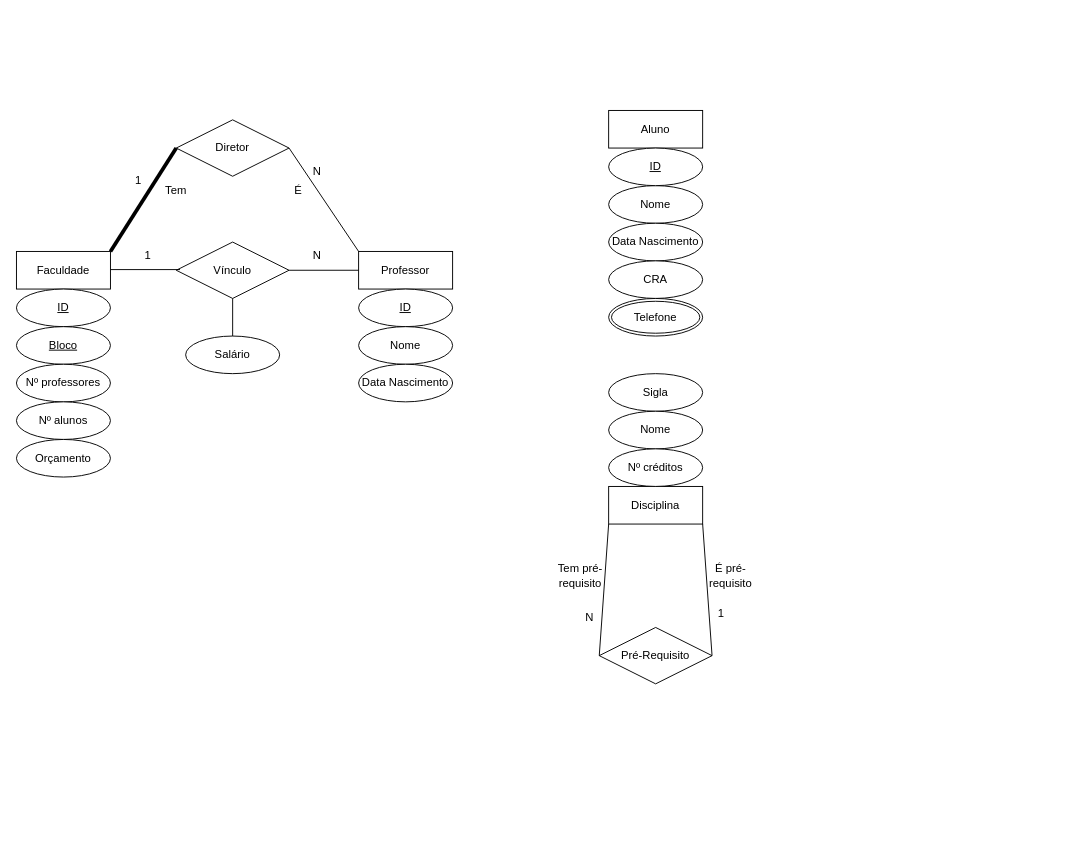
Above: Aula 2 - Ex 2.drawio in artfrc/SBD (draw.io), before the change. Source tidied: cells renumbered, new cells numbered last; positions are measured from the earlier drawing's top-left corner, leaving out a move shared by most shapes. Both pictures are drawn from the tidied source at 94%, with x=0, y=0 at pixel (16, 110).
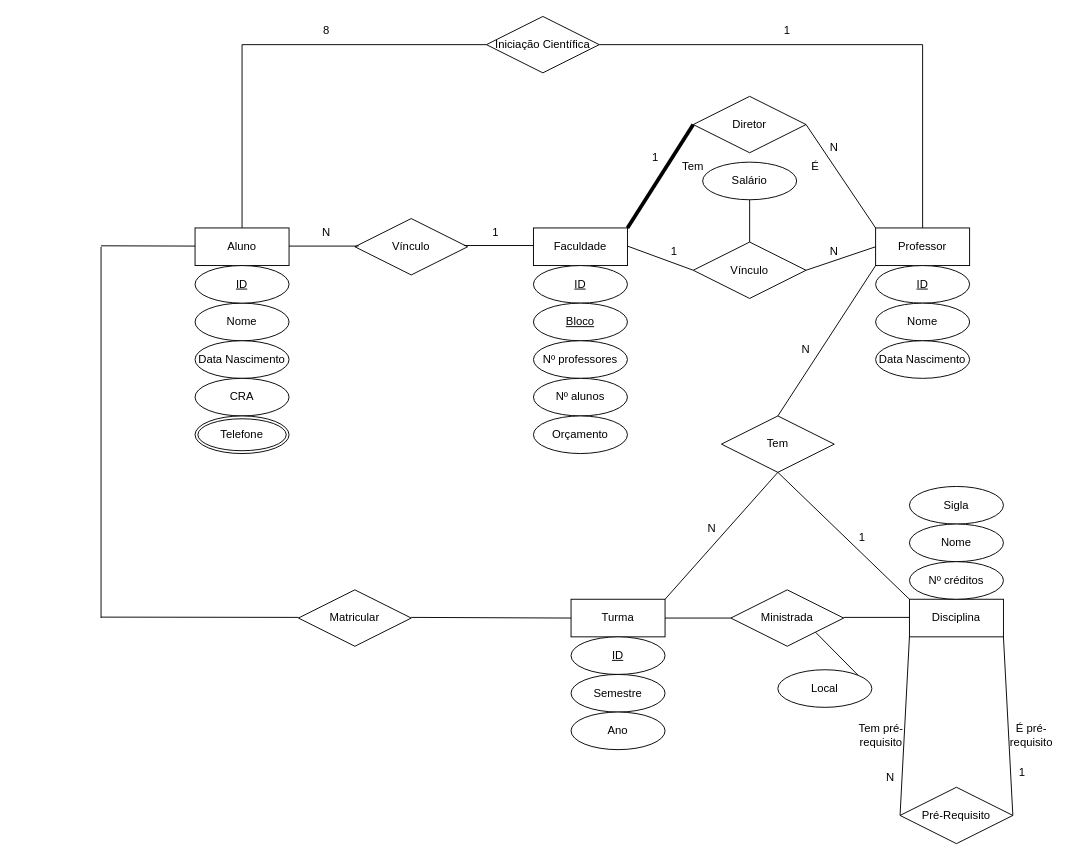
The same diagram, later.

Diff of the diagram source:
```diff
@@
     <mxCell id="2" value="Faculdade" style="whiteSpace=wrap;html=1;align=center;" parent="1" vertex="1">
-      <mxGeometry y="150" width="100" height="40" as="geometry" />
+      <mxGeometry x="550" y="125" width="100" height="40" as="geometry" />
     </mxCell>
     <mxCell id="3" value="ID" style="ellipse;whiteSpace=wrap;html=1;align=center;fontStyle=4;" parent="1" vertex="1">
-      <mxGeometry y="190" width="100" height="40" as="geometry" />
+      <mxGeometry x="550" y="165" width="100" height="40" as="geometry" />
     </mxCell>
     <mxCell id="4" value="Bloco" style="ellipse;whiteSpace=wrap;html=1;align=center;fontStyle=4;" parent="1" vertex="1">
-      <mxGeometry y="230" width="100" height="40" as="geometry" />
+      <mxGeometry x="550" y="205" width="100" height="40" as="geometry" />
     </mxCell>
     <mxCell id="5" value="Nº professores" style="ellipse;whiteSpace=wrap;html=1;align=center;" parent="1" vertex="1">
-      <mxGeometry y="270" width="100" height="40" as="geometry" />
+      <mxGeometry x="550" y="245" width="100" height="40" as="geometry" />
     </mxCell>
     <mxCell id="6" value="Nº alunos" style="ellipse;whiteSpace=wrap;html=1;align=center;" parent="1" vertex="1">
-      <mxGeometry y="310" width="100" height="40" as="geometry" />
+      <mxGeometry x="550" y="285" width="100" height="40" as="geometry" />
     </mxCell>
     <mxCell id="7" value="Orçamento" style="ellipse;whiteSpace=wrap;html=1;align=center;" parent="1" vertex="1">
-      <mxGeometry y="350" width="100" height="40" as="geometry" />
+      <mxGeometry x="550" y="325" width="100" height="40" as="geometry" />
     </mxCell>
     <mxCell id="8" value="Disciplina" style="whiteSpace=wrap;html=1;align=center;" parent="1" vertex="1">
-      <mxGeometry x="630" y="400" width="100" height="40" as="geometry" />
+      <mxGeometry x="950" y="520" width="100" height="40" as="geometry" />
     </mxCell>
     <mxCell id="9" value="Sigla" style="ellipse;whiteSpace=wrap;html=1;align=center;" parent="1" vertex="1">
-      <mxGeometry x="630" y="280" width="100" height="40" as="geometry" />
+      <mxGeometry x="950" y="400" width="100" height="40" as="geometry" />
     </mxCell>
     <mxCell id="10" value="Nome" style="ellipse;whiteSpace=wrap;html=1;align=center;" parent="1" vertex="1">
-      <mxGeometry x="630" y="320" width="100" height="40" as="geometry" />
+      <mxGeometry x="950" y="440" width="100" height="40" as="geometry" />
     </mxCell>
     <mxCell id="11" value="Nº créditos" style="ellipse;whiteSpace=wrap;html=1;align=center;" parent="1" vertex="1">
-      <mxGeometry x="630" y="360" width="100" height="40" as="geometry" />
+      <mxGeometry x="950" y="480" width="100" height="40" as="geometry" />
     </mxCell>
     <mxCell id="12" value="Pré-Requisito" style="shape=rhombus;perimeter=rhombusPerimeter;whiteSpace=wrap;html=1;align=center;" parent="1" vertex="1">
-      <mxGeometry x="620" y="550" width="120" height="60" as="geometry" />
+      <mxGeometry x="940" y="720" width="120" height="60" as="geometry" />
     </mxCell>
@@
     <mxCell id="15" value="Tem pré-requisito" style="text;html=1;strokeColor=none;fillColor=none;align=center;verticalAlign=middle;whiteSpace=wrap;rounded=0;" parent="1" vertex="1">
-      <mxGeometry x="570" y="480" width="60" height="30" as="geometry" />
+      <mxGeometry x="890" y="650" width="60" height="30" as="geometry" />
     </mxCell>
     <mxCell id="16" value="N" style="text;html=1;strokeColor=none;fillColor=none;align=center;verticalAlign=middle;whiteSpace=wrap;rounded=0;" parent="1" vertex="1">
-      <mxGeometry x="580" y="525" width="60" height="30" as="geometry" />
+      <mxGeometry x="900" y="695" width="60" height="30" as="geometry" />
     </mxCell>
     <mxCell id="17" value="É pré-requisito" style="text;html=1;strokeColor=none;fillColor=none;align=center;verticalAlign=middle;whiteSpace=wrap;rounded=0;" parent="1" vertex="1">
-      <mxGeometry x="730" y="480" width="60" height="30" as="geometry" />
+      <mxGeometry x="1050" y="650" width="60" height="30" as="geometry" />
     </mxCell>
     <mxCell id="18" value="1" style="text;html=1;strokeColor=none;fillColor=none;align=center;verticalAlign=middle;whiteSpace=wrap;rounded=0;" parent="1" vertex="1">
-      <mxGeometry x="720" y="520" width="60" height="30" as="geometry" />
+      <mxGeometry x="1040" y="690" width="60" height="30" as="geometry" />
     </mxCell>
     <mxCell id="19" value="Professor" style="whiteSpace=wrap;html=1;align=center;" parent="1" vertex="1">
-      <mxGeometry x="364" y="150" width="100" height="40" as="geometry" />
+      <mxGeometry x="914" y="125" width="100" height="40" as="geometry" />
     </mxCell>
     <mxCell id="20" value="ID" style="ellipse;whiteSpace=wrap;html=1;align=center;fontStyle=4;" parent="1" vertex="1">
-      <mxGeometry x="364" y="190" width="100" height="40" as="geometry" />
+      <mxGeometry x="914" y="165" width="100" height="40" as="geometry" />
     </mxCell>
     <mxCell id="21" value="Nome" style="ellipse;whiteSpace=wrap;html=1;align=center;" parent="1" vertex="1">
-      <mxGeometry x="364" y="230" width="100" height="40" as="geometry" />
+      <mxGeometry x="914" y="205" width="100" height="40" as="geometry" />
     </mxCell>
     <mxCell id="22" value="Data Nascimento" style="ellipse;whiteSpace=wrap;html=1;align=center;" parent="1" vertex="1">
-      <mxGeometry x="364" y="270" width="100" height="40" as="geometry" />
+      <mxGeometry x="914" y="245" width="100" height="40" as="geometry" />
     </mxCell>
     <mxCell id="23" value="Salário" style="ellipse;whiteSpace=wrap;html=1;align=center;" parent="1" vertex="1">
-      <mxGeometry x="180" y="240" width="100" height="40" as="geometry" />
+      <mxGeometry x="730" y="55" width="100" height="40" as="geometry" />
     </mxCell>
+    <mxCell id="43" style="edgeStyle=orthogonalEdgeStyle;rounded=0;jettySize=auto;html=1;exitX=0.5;exitY=0;exitDx=0;exitDy=0;entryX=0;entryY=0.5;entryDx=0;entryDy=0;endArrow=none;endFill=0;strokeWidth=1;" parent="1" edge="1" source="24" target="71">
+      <mxGeometry relative="1" as="geometry" />
+    </mxCell>
     <mxCell id="24" value="Aluno" style="whiteSpace=wrap;html=1;align=center;" parent="1" vertex="1">
-      <mxGeometry x="630" width="100" height="40" as="geometry" />
+      <mxGeometry x="190" y="125" width="100" height="40" as="geometry" />
     </mxCell>
     <mxCell id="25" value="Nome" style="ellipse;whiteSpace=wrap;html=1;align=center;" parent="1" vertex="1">
-      <mxGeometry x="630" y="80" width="100" height="40" as="geometry" />
+      <mxGeometry x="190" y="205" width="100" height="40" as="geometry" />
     </mxCell>
     <mxCell id="26" value="Data Nascimento" style="ellipse;whiteSpace=wrap;html=1;align=center;" parent="1" vertex="1">
-      <mxGeometry x="630" y="120" width="100" height="40" as="geometry" />
+      <mxGeometry x="190" y="245" width="100" height="40" as="geometry" />
     </mxCell>
     <mxCell id="27" value="CRA" style="ellipse;whiteSpace=wrap;html=1;align=center;" parent="1" vertex="1">
-      <mxGeometry x="630" y="160" width="100" height="40" as="geometry" />
+      <mxGeometry x="190" y="285" width="100" height="40" as="geometry" />
     </mxCell>
     <mxCell id="28" value="ID" style="ellipse;whiteSpace=wrap;html=1;align=center;fontStyle=4;" parent="1" vertex="1">
-      <mxGeometry x="630" y="40" width="100" height="40" as="geometry" />
+      <mxGeometry x="190" y="165" width="100" height="40" as="geometry" />
     </mxCell>
     <mxCell id="29" value="Telefone" style="ellipse;shape=doubleEllipse;margin=3;whiteSpace=wrap;html=1;align=center;" parent="1" vertex="1">
-      <mxGeometry x="630" y="200" width="100" height="40" as="geometry" />
+      <mxGeometry x="190" y="325" width="100" height="40" as="geometry" />
     </mxCell>
     <mxCell id="30" value="Diretor" style="shape=rhombus;perimeter=rhombusPerimeter;whiteSpace=wrap;html=1;align=center;" parent="1" vertex="1">
-      <mxGeometry x="170" y="10" width="120" height="60" as="geometry" />
+      <mxGeometry x="720" y="-15" width="120" height="60" as="geometry" />
     </mxCell>
@@
     <mxCell id="33" value="1" style="text;html=1;strokeColor=none;fillColor=none;align=center;verticalAlign=middle;whiteSpace=wrap;rounded=0;" parent="1" vertex="1">
-      <mxGeometry x="100" y="60" width="60" height="30" as="geometry" />
+      <mxGeometry x="650" y="35" width="60" height="30" as="geometry" />
     </mxCell>
     <mxCell id="34" value="N" style="text;html=1;strokeColor=none;fillColor=none;align=center;verticalAlign=middle;whiteSpace=wrap;rounded=0;" parent="1" vertex="1">
-      <mxGeometry x="290" y="50" width="60" height="30" as="geometry" />
+      <mxGeometry x="840" y="25" width="60" height="30" as="geometry" />
     </mxCell>
     <mxCell id="35" value="Vínculo" style="shape=rhombus;perimeter=rhombusPerimeter;whiteSpace=wrap;html=1;align=center;" parent="1" vertex="1">
-      <mxGeometry x="170" y="140" width="120" height="60" as="geometry" />
+      <mxGeometry x="720" y="140" width="120" height="60" as="geometry" />
     </mxCell>
@@
-    <mxCell id="37" style="endArrow=none;html=1;rounded=0;exitX=0;exitY=0.5;exitDx=0;exitDy=0;entryX=1;entryY=0.5;entryDx=0;entryDy=0;" parent="1" edge="1">
+    <mxCell id="37" style="endArrow=none;html=1;rounded=0;exitX=0;exitY=0.5;exitDx=0;exitDy=0;entryX=1;entryY=0.5;entryDx=0;entryDy=0;" parent="1" edge="1" source="35">
       <mxGeometry relative="1" as="geometry">
-        <mxPoint x="174" y="169.3" as="sourcePoint" />
-        <mxPoint x="100" y="169.3" as="targetPoint" />
+        <mxPoint x="650" y="144.3" as="targetPoint" />
       </mxGeometry>
     </mxCell>
     <mxCell id="38" value="1" style="text;html=1;strokeColor=none;fillColor=none;align=center;verticalAlign=middle;whiteSpace=wrap;rounded=0;" parent="1" vertex="1">
-      <mxGeometry x="110" y="140" width="60" height="30" as="geometry" />
+      <mxGeometry x="670" y="135" width="60" height="30" as="geometry" />
     </mxCell>
     <mxCell id="39" value="N" style="text;html=1;strokeColor=none;fillColor=none;align=center;verticalAlign=middle;whiteSpace=wrap;rounded=0;" parent="1" vertex="1">
-      <mxGeometry x="290" y="140" width="60" height="30" as="geometry" />
+      <mxGeometry x="840" y="135" width="60" height="30" as="geometry" />
     </mxCell>
     <mxCell id="40" value="É" style="text;html=1;strokeColor=none;fillColor=none;align=center;verticalAlign=middle;whiteSpace=wrap;rounded=0;" parent="1" vertex="1">
-      <mxGeometry x="270" y="70" width="60" height="30" as="geometry" />
+      <mxGeometry x="820" y="45" width="60" height="30" as="geometry" />
     </mxCell>
     <mxCell id="41" value="Tem" style="text;html=1;strokeColor=none;fillColor=none;align=center;verticalAlign=middle;whiteSpace=wrap;rounded=0;" parent="1" vertex="1">
-      <mxGeometry x="140" y="70" width="60" height="30" as="geometry" />
+      <mxGeometry x="690" y="45" width="60" height="30" as="geometry" />
     </mxCell>
-    <mxCell id="42" style="endArrow=none;html=1;rounded=0;strokeWidth=1;exitX=0.5;exitY=1;exitDx=0;exitDy=0;entryX=0.5;entryY=0;entryDx=0;entryDy=0;" parent="1" edge="1" source="35" target="23">
+    <mxCell id="42" style="endArrow=none;html=1;rounded=0;strokeWidth=1;exitX=0.5;exitY=0;exitDx=0;exitDy=0;entryX=0.5;entryY=1;entryDx=0;entryDy=0;" parent="1" edge="1" source="35" target="23">
       <mxGeometry relative="1" as="geometry" />
     </mxCell>
+    <mxCell id="44" value="Vínculo" style="shape=rhombus;perimeter=rhombusPerimeter;whiteSpace=wrap;html=1;align=center;" parent="1" vertex="1">
+      <mxGeometry x="360" y="115" width="120" height="60" as="geometry" />
+    </mxCell>
+    <mxCell id="45" style="endArrow=none;html=1;rounded=0;exitX=0;exitY=0.5;exitDx=0;exitDy=0;entryX=1;entryY=0.5;entryDx=0;entryDy=0;" parent="1" edge="1">
+      <mxGeometry relative="1" as="geometry">
+        <mxPoint x="364" y="144.3" as="sourcePoint" />
+        <mxPoint x="290" y="144.3" as="targetPoint" />
+      </mxGeometry>
+    </mxCell>
+    <mxCell id="46" value="N" style="text;html=1;strokeColor=none;fillColor=none;align=center;verticalAlign=middle;whiteSpace=wrap;rounded=0;" parent="1" vertex="1">
+      <mxGeometry x="300" y="115" width="60" height="30" as="geometry" />
+    </mxCell>
+    <mxCell id="47" value="1" style="text;html=1;strokeColor=none;fillColor=none;align=center;verticalAlign=middle;whiteSpace=wrap;rounded=0;" parent="1" vertex="1">
+      <mxGeometry x="480" y="115" width="60" height="30" as="geometry" />
+    </mxCell>
+    <mxCell id="48" style="endArrow=none;html=1;rounded=0;exitX=0;exitY=0.5;exitDx=0;exitDy=0;entryX=1;entryY=0.5;entryDx=0;entryDy=0;" parent="1" edge="1">
+      <mxGeometry relative="1" as="geometry">
+        <mxPoint x="550" y="143.7" as="sourcePoint" />
+        <mxPoint x="476" y="143.7" as="targetPoint" />
+      </mxGeometry>
+    </mxCell>
+    <mxCell id="49" value="Turma" style="whiteSpace=wrap;html=1;align=center;" parent="1" vertex="1">
+      <mxGeometry x="590" y="520" width="100" height="40" as="geometry" />
+    </mxCell>
+    <mxCell id="50" value="ID" style="ellipse;whiteSpace=wrap;html=1;align=center;fontStyle=4;" parent="1" vertex="1">
+      <mxGeometry x="590" y="560" width="100" height="40" as="geometry" />
+    </mxCell>
+    <mxCell id="51" value="Semestre" style="ellipse;whiteSpace=wrap;html=1;align=center;" parent="1" vertex="1">
+      <mxGeometry x="590" y="600" width="100" height="40" as="geometry" />
+    </mxCell>
+    <mxCell id="52" value="Ano" style="ellipse;whiteSpace=wrap;html=1;align=center;" parent="1" vertex="1">
+      <mxGeometry x="590" y="640" width="100" height="40" as="geometry" />
+    </mxCell>
+    <mxCell id="53" value="Ministrada" style="shape=rhombus;perimeter=rhombusPerimeter;whiteSpace=wrap;html=1;align=center;" parent="1" vertex="1">
+      <mxGeometry x="760" y="510" width="120" height="60" as="geometry" />
+    </mxCell>
+    <mxCell id="54" value="Local" style="ellipse;whiteSpace=wrap;html=1;align=center;" parent="1" vertex="1">
+      <mxGeometry x="810" y="595" width="100" height="40" as="geometry" />
+    </mxCell>
+    <mxCell id="55" style="endArrow=none;html=1;rounded=0;strokeWidth=1;exitX=1;exitY=1;exitDx=0;exitDy=0;entryX=1;entryY=0;entryDx=0;entryDy=0;" parent="1" edge="1" source="53" target="54">
+      <mxGeometry relative="1" as="geometry" />
+    </mxCell>
+    <mxCell id="56" value="Tem" style="shape=rhombus;perimeter=rhombusPerimeter;whiteSpace=wrap;html=1;align=center;" parent="1" vertex="1">
+      <mxGeometry x="750" y="325" width="120" height="60" as="geometry" />
+    </mxCell>
+    <mxCell id="57" style="endArrow=none;html=1;rounded=0;strokeWidth=1;exitX=0;exitY=1;exitDx=0;exitDy=0;entryX=0.5;entryY=0;entryDx=0;entryDy=0;" parent="1" edge="1" source="19" target="56">
+      <mxGeometry relative="1" as="geometry" />
+    </mxCell>
+    <mxCell id="58" style="endArrow=none;html=1;rounded=0;strokeWidth=1;exitX=0.5;exitY=1;exitDx=0;exitDy=0;entryX=1;entryY=0;entryDx=0;entryDy=0;" parent="1" edge="1" source="56" target="49">
+      <mxGeometry relative="1" as="geometry" />
+    </mxCell>
+    <mxCell id="59" value="N" style="text;html=1;strokeColor=none;fillColor=none;align=center;verticalAlign=middle;whiteSpace=wrap;rounded=0;" parent="1" vertex="1">
+      <mxGeometry x="810" y="240" width="60" height="30" as="geometry" />
+    </mxCell>
+    <mxCell id="60" value="N" style="text;html=1;strokeColor=none;fillColor=none;align=center;verticalAlign=middle;whiteSpace=wrap;rounded=0;" parent="1" vertex="1">
+      <mxGeometry x="710" y="430" width="60" height="30" as="geometry" />
+    </mxCell>
+    <mxCell id="61" value="1" style="text;html=1;strokeColor=none;fillColor=none;align=center;verticalAlign=middle;whiteSpace=wrap;rounded=0;" parent="1" vertex="1">
+      <mxGeometry x="870" y="440" width="60" height="30" as="geometry" />
+    </mxCell>
+    <mxCell id="62" value="Matricular" style="shape=rhombus;perimeter=rhombusPerimeter;whiteSpace=wrap;html=1;align=center;" parent="1" vertex="1">
+      <mxGeometry x="300" y="510" width="120" height="60" as="geometry" />
+    </mxCell>
+    <mxCell id="63" style="endArrow=none;html=1;rounded=0;strokeWidth=1;" parent="1" edge="1">
+      <mxGeometry relative="1" as="geometry">
+        <mxPoint x="90" y="145" as="sourcePoint" />
+        <mxPoint x="90" y="540" as="targetPoint" />
+      </mxGeometry>
+    </mxCell>
+    <mxCell id="64" style="endArrow=none;html=1;rounded=0;strokeWidth=1;exitX=1;exitY=0.5;exitDx=0;exitDy=0;" parent="1" edge="1" source="49" target="53">
+      <mxGeometry relative="1" as="geometry" />
+    </mxCell>
+    <mxCell id="65" style="endArrow=none;html=1;rounded=0;strokeWidth=1;exitX=1;exitY=0.5;exitDx=0;exitDy=0;" parent="1" edge="1">
+      <mxGeometry relative="1" as="geometry">
+        <mxPoint x="880" y="539.3" as="sourcePoint" />
+        <mxPoint x="950" y="539.3" as="targetPoint" />
+      </mxGeometry>
+    </mxCell>
+    <mxCell id="66" style="endArrow=none;html=1;rounded=0;strokeWidth=1;exitX=0.5;exitY=1;exitDx=0;exitDy=0;entryX=0;entryY=0;entryDx=0;entryDy=0;" parent="1" edge="1" source="56" target="8">
+      <mxGeometry relative="1" as="geometry" />
+    </mxCell>
+    <mxCell id="67" style="endArrow=none;html=1;rounded=0;strokeWidth=1;" parent="1" edge="1">
+      <mxGeometry relative="1" as="geometry">
+        <mxPoint x="90" y="539" as="sourcePoint" />
+        <mxPoint x="300" y="539.3" as="targetPoint" />
+      </mxGeometry>
+    </mxCell>
+    <mxCell id="68" style="endArrow=none;html=1;rounded=0;strokeWidth=1;entryX=0;entryY=0.5;entryDx=0;entryDy=0;" parent="1" edge="1" target="49">
+      <mxGeometry relative="1" as="geometry">
+        <mxPoint x="420" y="539.3" as="sourcePoint" />
+      </mxGeometry>
+    </mxCell>
+    <mxCell id="69" style="endArrow=none;html=1;rounded=0;strokeWidth=1;" parent="1" edge="1">
+      <mxGeometry relative="1" as="geometry">
+        <mxPoint x="90" y="144" as="sourcePoint" />
+        <mxPoint x="190" y="144.3" as="targetPoint" />
+      </mxGeometry>
+    </mxCell>
+    <mxCell id="70" style="edgeStyle=orthogonalEdgeStyle;rounded=0;jettySize=auto;html=1;exitX=1;exitY=0.5;exitDx=0;exitDy=0;entryX=0.5;entryY=0;entryDx=0;entryDy=0;endArrow=none;endFill=0;strokeWidth=1;" parent="1" edge="1" source="71" target="19">
+      <mxGeometry relative="1" as="geometry" />
+    </mxCell>
+    <mxCell id="71" value="Iniciação Científica" style="shape=rhombus;perimeter=rhombusPerimeter;whiteSpace=wrap;html=1;align=center;" parent="1" vertex="1">
+      <mxGeometry x="500" y="-100" width="120" height="60" as="geometry" />
+    </mxCell>
+    <mxCell id="72" value="1" style="text;html=1;strokeColor=none;fillColor=none;align=center;verticalAlign=middle;whiteSpace=wrap;rounded=0;" parent="1" vertex="1">
+      <mxGeometry x="790" y="-100" width="60" height="30" as="geometry" />
+    </mxCell>
+    <mxCell id="73" value="8" style="text;html=1;strokeColor=none;fillColor=none;align=center;verticalAlign=middle;whiteSpace=wrap;rounded=0;" parent="1" vertex="1">
+      <mxGeometry x="300" y="-100" width="60" height="30" as="geometry" />
+    </mxCell>
```
